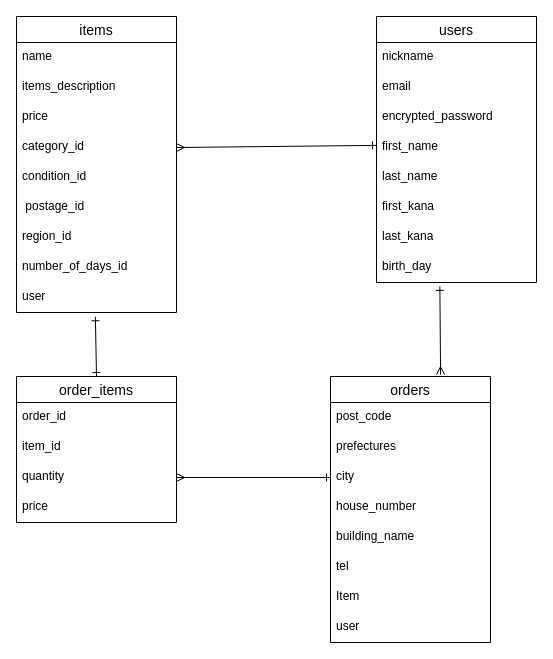
Earlier version of the draw.io diagram furima.dio (miikousin/furima-40373). Source tidied: cells renumbered, new cells numbered last; positions are measured from the earlier drawing's top-left corner, leaving out a move shared by most shapes. Both pictures are drawn from the tidied source at 100%, with x=0, y=0 at pixel (16, 16).
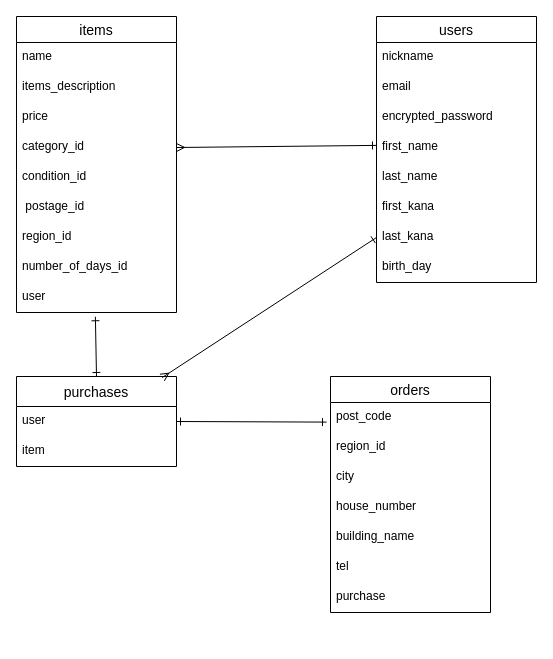
The same page after the edit.

Commit message (it also covers changes not shown here):
order_itemsをpurchasesに変更して修正した

The change refers to these unchanged cells:
```xml
<mxCell id="9" value="last_kana" style="text;strokeColor=none;fillColor=none;spacingLeft=4;spacingRight=4;overflow=hidden;points=[[0,0.5],[1,0.5]];portConstraint=eastwest;fontSize=12;" parent="2" vertex="1">
  <mxGeometry y="206" width="160" height="30" as="geometry" />
</mxCell>
<mxCell id="10" value="birth_day" style="text;strokeColor=none;fillColor=none;spacingLeft=4;spacingRight=4;overflow=hidden;points=[[0,0.5],[1,0.5]];portConstraint=eastwest;fontSize=12;" parent="2" vertex="1">
  <mxGeometry y="236" width="160" height="30" as="geometry" />
</mxCell>
<mxCell id="24" value="city" style="text;strokeColor=none;fillColor=none;spacingLeft=4;spacingRight=4;overflow=hidden;points=[[0,0.5],[1,0.5]];portConstraint=eastwest;fontSize=12;" parent="21" vertex="1">
  <mxGeometry y="86" width="160" height="30" as="geometry" />
</mxCell>
```

Diff of the diagram source:
```diff
@@
     <mxCell id="21" value="orders" style="swimlane;fontStyle=0;horizontal=1;startSize=26;align=center;fontSize=14;" parent="1" vertex="1">
-      <mxGeometry x="314" y="360" width="160" height="266" as="geometry" />
+      <mxGeometry x="314" y="360" width="160" height="236" as="geometry" />
     </mxCell>
@@
-    <mxCell id="23" value="prefectures" style="text;strokeColor=none;fillColor=none;spacingLeft=4;spacingRight=4;overflow=hidden;fontSize=12;" parent="21" vertex="1">
+    <mxCell id="23" value="region_id" style="text;strokeColor=none;fillColor=none;spacingLeft=4;spacingRight=4;overflow=hidden;fontSize=12;" parent="21" vertex="1">
       <mxGeometry y="56" width="160" height="30" as="geometry" />
     </mxCell>
@@
-    <mxCell id="28" value="Item" style="text;strokeColor=none;fillColor=none;spacingLeft=4;spacingRight=4;overflow=hidden;fontSize=12;" parent="21" vertex="1">
-      <mxGeometry y="206" width="160" height="30" as="geometry" />
-    </mxCell>
-    <mxCell id="29" value="user" style="text;strokeColor=none;fillColor=none;spacingLeft=4;spacingRight=4;overflow=hidden;fontSize=12;" parent="21" vertex="1">
-      <mxGeometry y="236" width="160" height="30" as="geometry" />
+    <mxCell id="29" value="purchase" style="text;strokeColor=none;fillColor=none;spacingLeft=4;spacingRight=4;overflow=hidden;fontSize=12;" parent="21" vertex="1">
+      <mxGeometry y="206" width="160" height="30" as="geometry" />
     </mxCell>
@@
-    <mxCell id="31" style="edgeStyle=none;html=1;exitX=0.396;exitY=1.13;exitDx=0;exitDy=0;entryX=0.688;entryY=-0.007;entryDx=0;entryDy=0;entryPerimeter=0;startArrow=ERone;startFill=0;endArrow=ERmany;endFill=0;exitPerimeter=0;" parent="1" edge="1" source="10" target="21">
-      <mxGeometry relative="1" as="geometry" />
-    </mxCell>
@@
-    <mxCell id="33" value="order_items" style="swimlane;fontStyle=0;horizontal=1;startSize=26;align=center;fontSize=14;" parent="1" vertex="1">
-      <mxGeometry y="360" width="160" height="146" as="geometry" />
+    <mxCell id="33" value="purchases" style="swimlane;fontStyle=0;horizontal=1;startSize=30;align=center;fontSize=14;" parent="1" vertex="1">
+      <mxGeometry y="360" width="160" height="90" as="geometry" />
     </mxCell>
-    <mxCell id="34" value="order_id" style="text;strokeColor=none;fillColor=none;spacingLeft=4;spacingRight=4;overflow=hidden;points=[[0,0.5],[1,0.5]];portConstraint=eastwest;fontSize=12;" parent="33" vertex="1">
-      <mxGeometry y="26" width="160" height="30" as="geometry" />
+    <mxCell id="34" value="user" style="text;strokeColor=none;fillColor=none;spacingLeft=4;spacingRight=4;overflow=hidden;points=[[0,0.5],[1,0.5]];portConstraint=eastwest;fontSize=12;" parent="33" vertex="1">
+      <mxGeometry y="30" width="160" height="30" as="geometry" />
     </mxCell>
-    <mxCell id="35" value="item_id" style="text;strokeColor=none;fillColor=none;spacingLeft=4;spacingRight=4;overflow=hidden;fontSize=12;" parent="33" vertex="1">
-      <mxGeometry y="56" width="160" height="30" as="geometry" />
+    <mxCell id="35" value="item" style="text;strokeColor=none;fillColor=none;spacingLeft=4;spacingRight=4;overflow=hidden;fontSize=12;" parent="33" vertex="1">
+      <mxGeometry y="60" width="160" height="30" as="geometry" />
     </mxCell>
-    <mxCell id="36" value="quantity" style="text;strokeColor=none;fillColor=none;spacingLeft=4;spacingRight=4;overflow=hidden;points=[[0,0.5],[1,0.5]];portConstraint=eastwest;fontSize=12;" parent="33" vertex="1">
-      <mxGeometry y="86" width="160" height="30" as="geometry" />
-    </mxCell>
-    <mxCell id="37" value="price" style="text;strokeColor=none;fillColor=none;spacingLeft=4;spacingRight=4;overflow=hidden;fontSize=12;" parent="33" vertex="1">
-      <mxGeometry y="116" width="160" height="30" as="geometry" />
-    </mxCell>
-    <mxCell id="38" style="edgeStyle=none;html=1;exitX=0;exitY=0.5;exitDx=0;exitDy=0;entryX=1;entryY=0.5;entryDx=0;entryDy=0;startArrow=ERone;startFill=0;endArrow=ERmany;endFill=0;" parent="1" edge="1" source="24" target="36">
-      <mxGeometry relative="1" as="geometry" />
-    </mxCell>
+    <mxCell id="39" style="edgeStyle=none;html=1;exitX=1;exitY=0.5;exitDx=0;exitDy=0;startArrow=ERone;startFill=0;endArrow=ERone;endFill=0;" parent="1" edge="1" source="34">
+      <mxGeometry relative="1" as="geometry">
+        <mxPoint x="310" y="405.6" as="targetPoint" />
+      </mxGeometry>
+    </mxCell>
+    <mxCell id="40" style="edgeStyle=none;html=1;exitX=0;exitY=0.5;exitDx=0;exitDy=0;entryX=0.91;entryY=0.012;entryDx=0;entryDy=0;entryPerimeter=0;startArrow=ERone;startFill=0;endArrow=ERmany;endFill=0;" parent="1" edge="1" source="9" target="33">
+      <mxGeometry relative="1" as="geometry" />
+    </mxCell>
```
